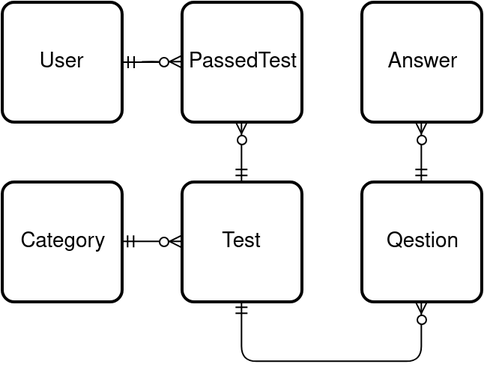
Before: app/assets/images/TestGuru-ER.png, a diagram exported from draw.io (shuklineg/test-guru). Source tidied: cells renumbered, new cells last; positions are measured from the earlier drawing's top-left corner, leaving out a move shared by most shapes. The source it was exported from:
```xml
<mxGraphModel>
  <root>
    <mxCell id="0" />
    <mxCell id="1" parent="0" />
    <mxCell id="2" style="fontSize=12;html=1;endArrow=ERzeroToMany;startArrow=ERmandOne;startFill=0;entryX=0;entryY=0.5;entryDx=0;entryDy=0;exitX=1;exitY=0.5;exitDx=0;exitDy=0;endFill=1;" parent="1" edge="1" source="7" target="6">
      <mxGeometry relative="1" as="geometry" />
    </mxCell>
    <mxCell id="3" style="fontSize=12;html=1;endArrow=ERzeroToMany;startArrow=ERmandOne;startFill=0;exitX=0.5;exitY=1;exitDx=0;exitDy=0;entryX=0.5;entryY=1;entryDx=0;entryDy=0;edgeStyle=orthogonalEdgeStyle;endFill=1;" parent="1" edge="1" source="6" target="8">
      <mxGeometry relative="1" as="geometry">
        <Array as="points">
          <mxPoint x="160" y="240" />
          <mxPoint x="280" y="240" />
        </Array>
      </mxGeometry>
    </mxCell>
    <mxCell id="4" style="fontSize=12;html=1;endArrow=ERzeroToMany;exitX=0.5;exitY=0;exitDx=0;exitDy=0;entryX=0.5;entryY=1;entryDx=0;entryDy=0;startArrow=ERmandOne;startFill=0;endFill=1;" parent="1" edge="1" source="8" target="9">
      <mxGeometry relative="1" as="geometry" />
    </mxCell>
    <mxCell id="5" value="User&lt;br&gt;" style="strokeWidth=2;rounded=1;arcSize=10;whiteSpace=wrap;html=1;align=center;fontSize=14;" parent="1" vertex="1">
      <mxGeometry width="80" height="80" as="geometry" />
    </mxCell>
    <mxCell id="6" value="Test&lt;br&gt;" style="strokeWidth=2;rounded=1;arcSize=10;whiteSpace=wrap;html=1;align=center;fontSize=14;" parent="1" vertex="1">
      <mxGeometry x="120" y="120" width="80" height="80" as="geometry" />
    </mxCell>
    <mxCell id="7" value="Category&lt;br&gt;" style="strokeWidth=2;rounded=1;arcSize=10;whiteSpace=wrap;html=1;align=center;fontSize=14;" parent="1" vertex="1">
      <mxGeometry y="120" width="80" height="80" as="geometry" />
    </mxCell>
    <mxCell id="8" value="Qestion" style="strokeWidth=2;rounded=1;arcSize=10;whiteSpace=wrap;html=1;align=center;fontSize=14;" parent="1" vertex="1">
      <mxGeometry x="240" y="120" width="80" height="80" as="geometry" />
    </mxCell>
    <mxCell id="9" value="Answer" style="strokeWidth=2;rounded=1;arcSize=10;whiteSpace=wrap;html=1;align=center;fontSize=14;" parent="1" vertex="1">
      <mxGeometry x="240" width="80" height="80" as="geometry" />
    </mxCell>
    <mxCell id="10" value="PassedTest&lt;br&gt;" style="strokeWidth=2;rounded=1;arcSize=10;whiteSpace=wrap;html=1;align=center;fontSize=14;" parent="1" vertex="1">
      <mxGeometry x="120" width="80" height="80" as="geometry" />
    </mxCell>
    <mxCell id="11" style="edgeStyle=entityRelationEdgeStyle;fontSize=12;html=1;endArrow=ERzeroToMany;endFill=1;entryX=0;entryY=0.5;entryDx=0;entryDy=0;startArrow=ERmandOne;startFill=0;" parent="1" edge="1" source="5" target="10">
      <mxGeometry relative="1" as="geometry" />
    </mxCell>
    <mxCell id="12" style="fontSize=12;html=1;endArrow=ERzeroToMany;endFill=1;exitX=0.5;exitY=0;exitDx=0;exitDy=0;entryX=0.5;entryY=1;entryDx=0;entryDy=0;startArrow=ERmandOne;startFill=0;" parent="1" edge="1" source="6" target="10">
      <mxGeometry relative="1" as="geometry" />
    </mxCell>
  </root>
</mxGraphModel>
```
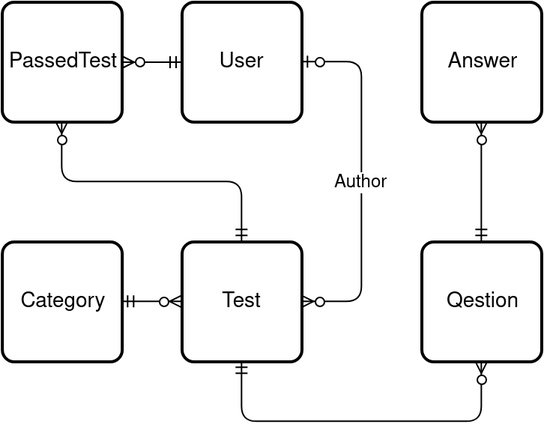
The same file after the commit.

Commit message:
Add test author. Update ER diagram. Add has_many dependent

Diff of the diagram source:
```diff
@@ -8,7 +8,7 @@
     <mxCell id="3" style="fontSize=12;html=1;endArrow=ERzeroToMany;startArrow=ERmandOne;startFill=0;exitX=0.5;exitY=1;exitDx=0;exitDy=0;entryX=0.5;entryY=1;entryDx=0;entryDy=0;edgeStyle=orthogonalEdgeStyle;endFill=1;" parent="1" edge="1" source="6" target="8">
       <mxGeometry relative="1" as="geometry">
         <Array as="points">
-          <mxPoint x="160" y="240" />
+          <mxPoint x="120" y="240" />
           <mxPoint x="280" y="240" />
         </Array>
       </mxGeometry>
@@ -17,28 +17,36 @@
       <mxGeometry relative="1" as="geometry" />
     </mxCell>
     <mxCell id="5" value="User&lt;br&gt;" style="strokeWidth=2;rounded=1;arcSize=10;whiteSpace=wrap;html=1;align=center;fontSize=14;" parent="1" vertex="1">
-      <mxGeometry width="80" height="80" as="geometry" />
+      <mxGeometry x="80" y="-40" width="80" height="80" as="geometry" />
     </mxCell>
     <mxCell id="6" value="Test&lt;br&gt;" style="strokeWidth=2;rounded=1;arcSize=10;whiteSpace=wrap;html=1;align=center;fontSize=14;" parent="1" vertex="1">
-      <mxGeometry x="120" y="120" width="80" height="80" as="geometry" />
+      <mxGeometry x="80" y="120" width="80" height="80" as="geometry" />
     </mxCell>
     <mxCell id="7" value="Category&lt;br&gt;" style="strokeWidth=2;rounded=1;arcSize=10;whiteSpace=wrap;html=1;align=center;fontSize=14;" parent="1" vertex="1">
-      <mxGeometry y="120" width="80" height="80" as="geometry" />
+      <mxGeometry x="-39.9" y="120" width="80" height="80" as="geometry" />
     </mxCell>
     <mxCell id="8" value="Qestion" style="strokeWidth=2;rounded=1;arcSize=10;whiteSpace=wrap;html=1;align=center;fontSize=14;" parent="1" vertex="1">
       <mxGeometry x="240" y="120" width="80" height="80" as="geometry" />
     </mxCell>
     <mxCell id="9" value="Answer" style="strokeWidth=2;rounded=1;arcSize=10;whiteSpace=wrap;html=1;align=center;fontSize=14;" parent="1" vertex="1">
-      <mxGeometry x="240" width="80" height="80" as="geometry" />
+      <mxGeometry x="240" y="-40" width="80" height="80" as="geometry" />
     </mxCell>
     <mxCell id="10" value="PassedTest&lt;br&gt;" style="strokeWidth=2;rounded=1;arcSize=10;whiteSpace=wrap;html=1;align=center;fontSize=14;" parent="1" vertex="1">
-      <mxGeometry x="120" width="80" height="80" as="geometry" />
+      <mxGeometry x="-40" y="-40" width="80" height="80" as="geometry" />
     </mxCell>
-    <mxCell id="11" style="edgeStyle=entityRelationEdgeStyle;fontSize=12;html=1;endArrow=ERzeroToMany;endFill=1;entryX=0;entryY=0.5;entryDx=0;entryDy=0;startArrow=ERmandOne;startFill=0;" parent="1" edge="1" source="5" target="10">
+    <mxCell id="11" style="edgeStyle=entityRelationEdgeStyle;fontSize=12;html=1;endArrow=ERzeroToMany;endFill=1;startArrow=ERmandOne;startFill=0;" parent="1" edge="1" source="5" target="10">
       <mxGeometry relative="1" as="geometry" />
     </mxCell>
-    <mxCell id="12" style="fontSize=12;html=1;endArrow=ERzeroToMany;endFill=1;exitX=0.5;exitY=0;exitDx=0;exitDy=0;entryX=0.5;entryY=1;entryDx=0;entryDy=0;startArrow=ERmandOne;startFill=0;" parent="1" edge="1" source="6" target="10">
+    <mxCell id="12" style="fontSize=12;html=1;endArrow=ERzeroToMany;endFill=1;exitX=0.5;exitY=0;exitDx=0;exitDy=0;entryX=0.5;entryY=1;entryDx=0;entryDy=0;startArrow=ERmandOne;startFill=0;edgeStyle=orthogonalEdgeStyle;" parent="1" edge="1" source="6" target="10">
       <mxGeometry relative="1" as="geometry" />
     </mxCell>
+    <mxCell id="13" value="Author" style="fontSize=12;html=1;endArrow=ERzeroToMany;endFill=1;exitX=1;exitY=0.5;exitDx=0;exitDy=0;entryX=1;entryY=0.5;entryDx=0;entryDy=0;startArrow=ERzeroToOne;startFill=1;edgeStyle=orthogonalEdgeStyle;" parent="1" edge="1" source="5" target="6">
+      <mxGeometry relative="1" as="geometry">
+        <Array as="points">
+          <mxPoint x="200" />
+          <mxPoint x="200" y="160" />
+        </Array>
+      </mxGeometry>
+    </mxCell>
   </root>
 </mxGraphModel>
```
